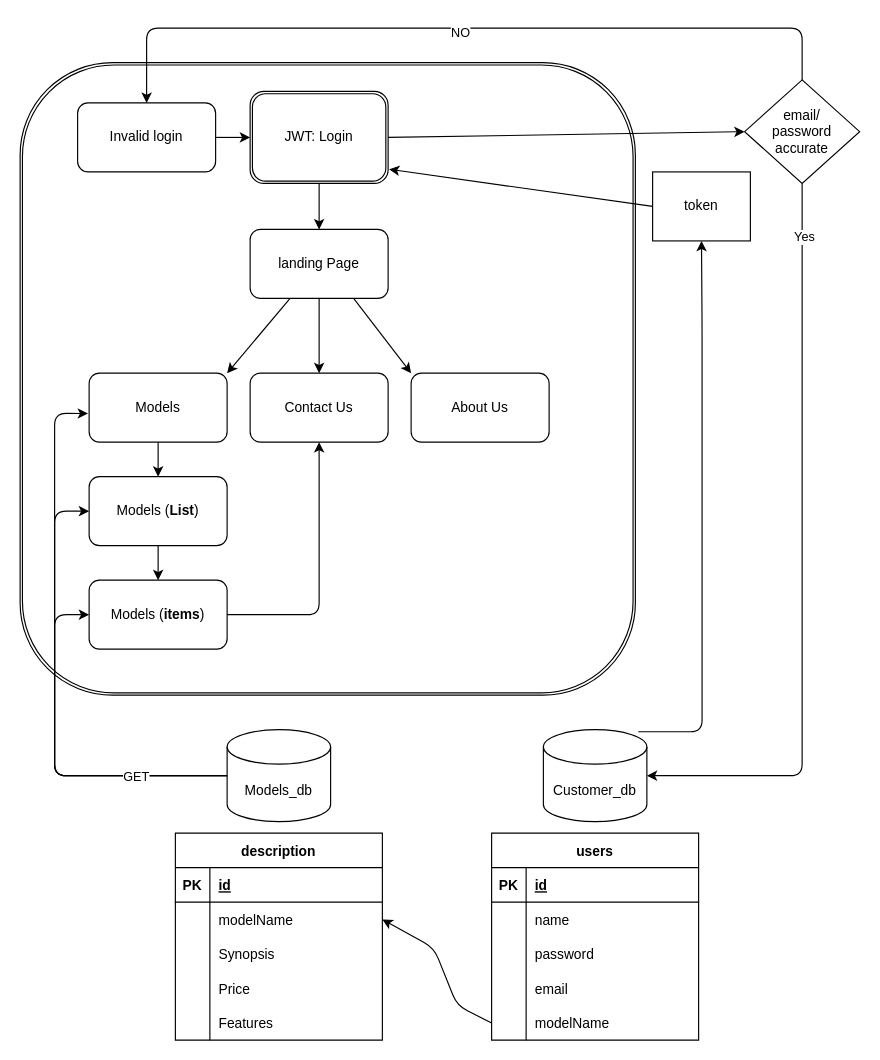
Before: tiny-topia/Assets/flow.drawio in MrAwesome2127/TinyTopia, a draw.io diagram. Source tidied: cells renumbered, new cells numbered last; positions are measured from the earlier drawing's top-left corner, leaving out a move shared by most shapes. Both pictures are drawn from the tidied source at 115%, with x=0, y=0 at pixel (20, 28).
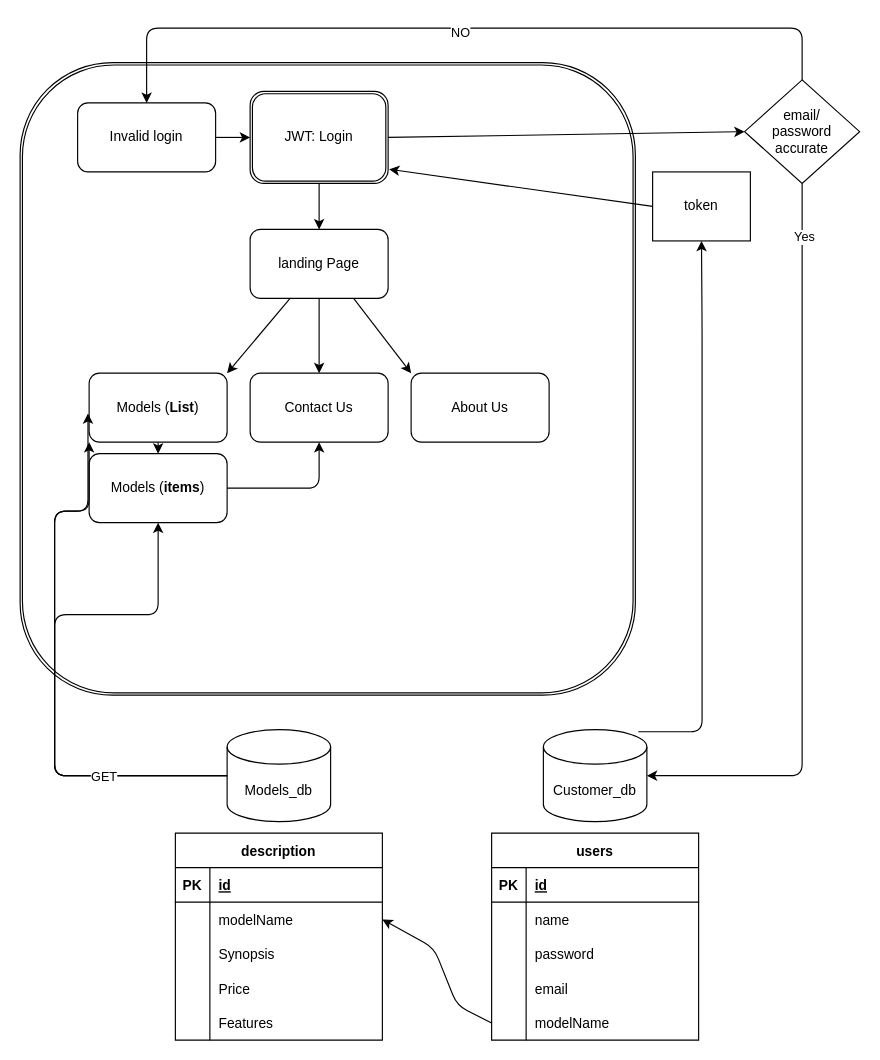
After the change.

The change refers to these unchanged cells:
```xml
<mxCell id="5" value="landing Page" style="whiteSpace=wrap;html=1;rounded=1;" parent="1" vertex="1">
  <mxGeometry x="200" y="175" width="120" height="60" as="geometry" />
</mxCell>
```

Change to the diagram source:
```diff
@@
-    <mxCell id="4" style="edgeStyle=none;html=1;entryX=1;entryY=0;entryDx=0;entryDy=0;" parent="1" edge="1" source="5" target="7">
-      <mxGeometry relative="1" as="geometry" />
+    <mxCell id="4" style="edgeStyle=none;html=1;entryX=1;entryY=0;entryDx=0;entryDy=0;" parent="1" edge="1" source="5">
+      <mxGeometry relative="1" as="geometry">
+        <mxPoint x="180" y="300" as="targetPoint" />
+      </mxGeometry>
     </mxCell>
@@
-    <mxCell id="6" style="edgeStyle=none;html=1;" parent="1" edge="1" source="7" target="11">
-      <mxGeometry relative="1" as="geometry" />
+    <mxCell id="6" style="edgeStyle=none;html=1;" parent="1" edge="1" target="11">
+      <mxGeometry relative="1" as="geometry">
+        <mxPoint x="120" y="360" as="sourcePoint" />
+      </mxGeometry>
     </mxCell>
-    <mxCell id="7" value="Models" style="whiteSpace=wrap;html=1;rounded=1;" parent="1" vertex="1">
-      <mxGeometry x="60" y="300" width="120" height="60" as="geometry" />
-    </mxCell>
@@
     <mxCell id="11" value="Models (&lt;b&gt;List&lt;/b&gt;)" style="whiteSpace=wrap;html=1;rounded=1;" parent="1" vertex="1">
-      <mxGeometry x="60" y="390" width="120" height="60" as="geometry" />
+      <mxGeometry x="60" y="300" width="120" height="60" as="geometry" />
     </mxCell>
     <mxCell id="12" value="Models (&lt;b&gt;items&lt;/b&gt;)" style="whiteSpace=wrap;html=1;rounded=1;" parent="1" vertex="1">
-      <mxGeometry x="60" y="480" width="120" height="60" as="geometry" />
+      <mxGeometry x="60" y="370" width="120" height="60" as="geometry" />
     </mxCell>
@@
-    <mxCell id="54" style="endArrow=none;startArrow=classic;html=1;entryX=0;entryY=0.5;entryDx=0;entryDy=0;entryPerimeter=0;exitX=-0.008;exitY=0.584;exitDx=0;exitDy=0;exitPerimeter=0;edgeStyle=orthogonalEdgeStyle;endFill=0;" parent="1" edge="1" source="7">
+    <mxCell id="54" style="endArrow=none;startArrow=classic;html=1;entryX=0;entryY=0.5;entryDx=0;entryDy=0;entryPerimeter=0;exitX=-0.008;exitY=0.584;exitDx=0;exitDy=0;exitPerimeter=0;edgeStyle=orthogonalEdgeStyle;endFill=0;" parent="1" edge="1">
       <mxGeometry relative="1" as="geometry">
+        <mxPoint x="59" y="335" as="sourcePoint" />
         <mxPoint x="180" y="650" as="targetPoint" />
         <Array as="points">
-          <mxPoint x="30" y="335" />
+          <mxPoint x="59" y="420" />
+          <mxPoint x="30" y="420" />
           <mxPoint x="30" y="650" />
         </Array>
       </mxGeometry>
     </mxCell>
     <mxCell id="55" style="endArrow=none;startArrow=classic;html=1;entryX=0;entryY=0.5;entryDx=0;entryDy=0;entryPerimeter=0;edgeStyle=orthogonalEdgeStyle;startFill=1;endFill=0;" parent="1" edge="1" source="11">
       <mxGeometry relative="1" as="geometry">
         <mxPoint x="180" y="650" as="targetPoint" />
         <Array as="points">
+          <mxPoint x="60" y="420" />
           <mxPoint x="30" y="420" />
           <mxPoint x="30" y="650" />
         </Array>
       </mxGeometry>
     </mxCell>
```
